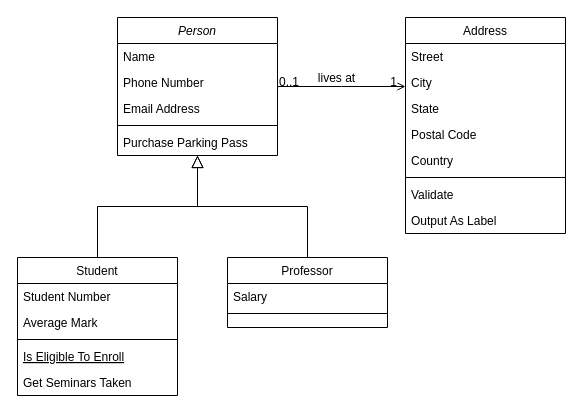
Before: page "Page-1" (1 of 2) of Library.drawio in gogogo191/becomeadeveloper, a draw.io diagram. Source tidied: cells renumbered, new cells numbered last; positions are measured from the earlier drawing's top-left corner, leaving out a move shared by most shapes. Both pictures are drawn from the tidied source at 100%, with x=0, y=0 at pixel (17, 17).
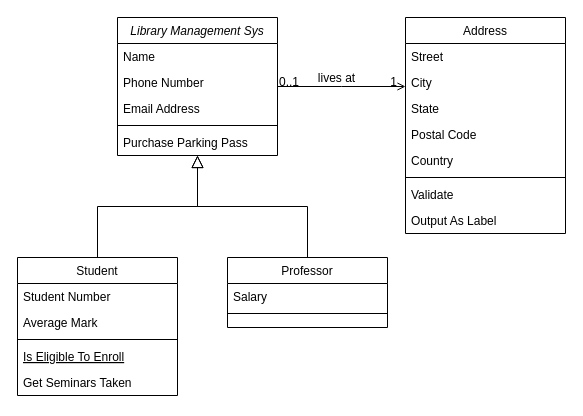
The same page after the edit.

Diff of the diagram source:
```diff
@@
-    <mxCell id="2" value="Person" style="swimlane;fontStyle=2;align=center;verticalAlign=top;horizontal=1;startSize=26;rounded=0;shadow=0;strokeWidth=1;" parent="1" vertex="1">
+    <mxCell id="2" value="Library Management Sys" style="swimlane;fontStyle=2;align=center;verticalAlign=top;horizontal=1;startSize=26;rounded=0;shadow=0;strokeWidth=1;" parent="1" vertex="1">
       <mxGeometry x="100" width="160" height="138" as="geometry" />
     </mxCell>
```
